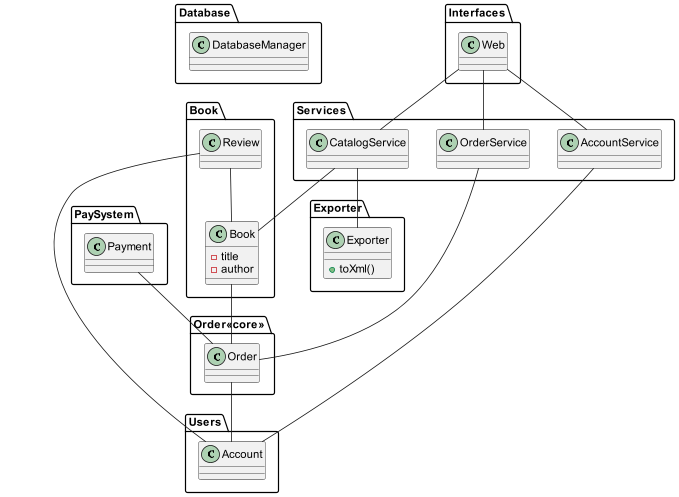
Before: book_shop_class.png, a diagram exported from PlantUML (capitanFlint129/software-design-classwork).
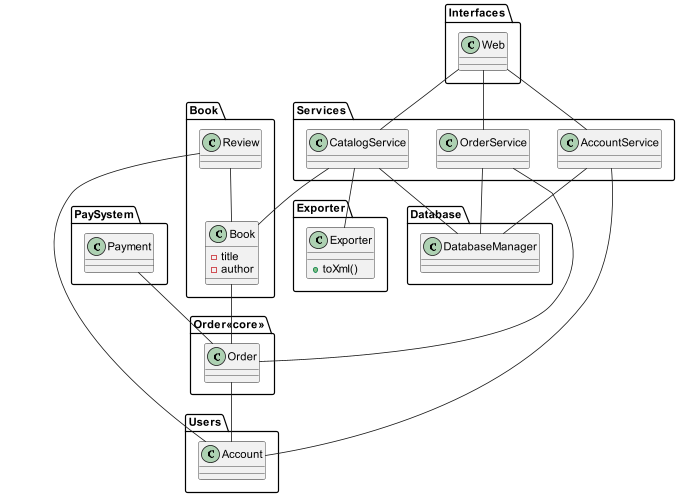
After the change.

Diff of the diagram source:
```diff
@@ -3,6 +3,7 @@
 package Database {
 class DatabaseManager {
 }
+
 }
 
 package Exporter {
@@ -42,6 +43,9 @@
 package Services {
 CatalogService -- Exporter
 CatalogService -- Book
+CatalogService -- DatabaseManager
+OrderService -- DatabaseManager
+AccountService -- DatabaseManager
 class CatalogService{}
 OrderService -- Order
 class OrderService{}
```
